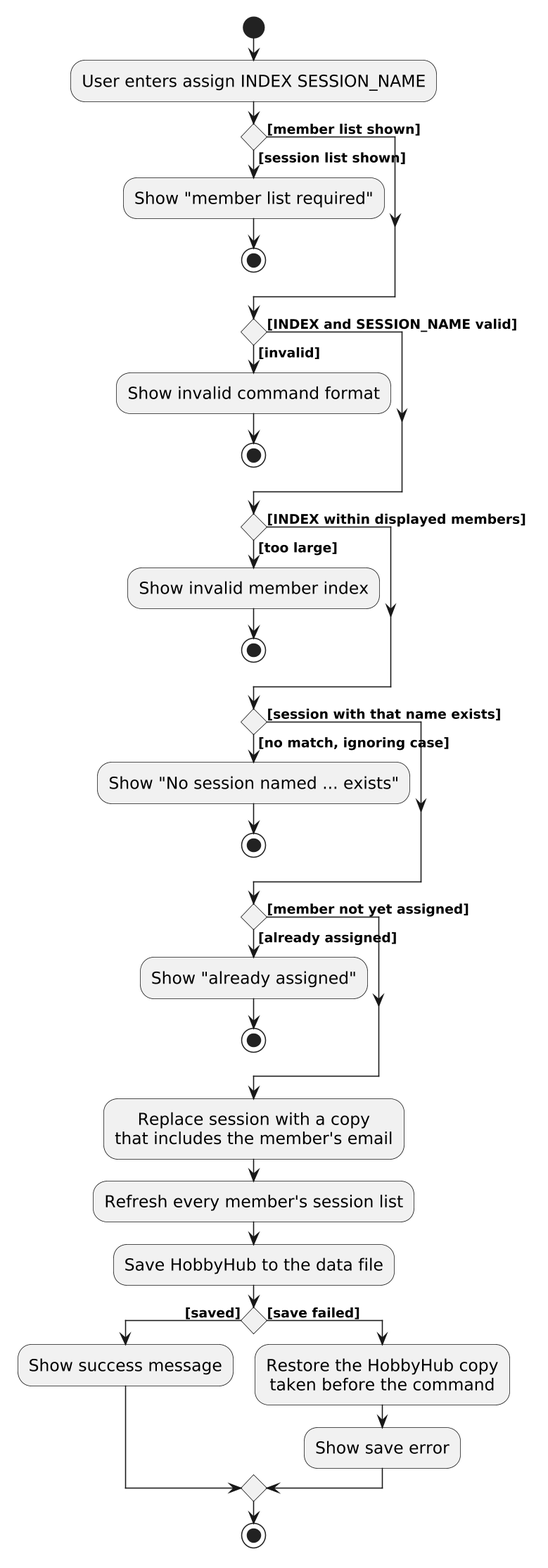
The PlantUML diagram docs/images/AssignActivityDiagram.png in AY2627S1-CS2103T-T17-4/tp, before a commit. Source of this version:
```plantuml
@startuml



!define UI_COLOR #1D8900
!define UI_COLOR_T1 #83E769
!define UI_COLOR_T2 #3FC71B
!define UI_COLOR_T3 #166800
!define UI_COLOR_T4 #0E4100

!define LOGIC_COLOR #3333C4
!define LOGIC_COLOR_T1 #C8C8FA
!define LOGIC_COLOR_T2 #6A6ADC
!define LOGIC_COLOR_T3 #1616B0
!define LOGIC_COLOR_T4 #101086

!define MODEL_COLOR #9D0012
!define MODEL_COLOR_T1 #F97181
!define MODEL_COLOR_T2 #E41F36
!define MODEL_COLOR_T3 #7B000E
!define MODEL_COLOR_T4 #51000A

!define STORAGE_COLOR #A38300
!define STORAGE_COLOR_T1 #FFE374
!define STORAGE_COLOR_T2 #EDC520
!define STORAGE_COLOR_T3 #806600
!define STORAGE_COLOR_T4 #544400

!define USER_COLOR #000000

skinparam Package {
    BackgroundColor #FFFFFF
    BorderThickness 1
    FontSize 16
}

skinparam Class {
    FontColor #FFFFFF
    FontSize 15
    BorderThickness 1
    BorderColor #FFFFFF
    StereotypeFontColor #FFFFFF
    FontName Arial
}

skinparam Actor {
    BorderColor USER_COLOR
    Color USER_COLOR
    FontName Arial
}

skinparam Sequence {
    MessageAlign center
    BoxFontSize 15
    BoxPadding 0
    BoxFontColor #FFFFFF
    FontName Arial
}

skinparam Participant {
    FontColor #FFFFFF
    Padding 20
}

skinparam ArrowFontStyle bold
skinparam MinClassWidth 50
<style>
participant {
    Padding 10
}
</style>
skinparam Shadowing false
skinparam DefaultTextAlignment center
skinparam packageStyle Rectangle

hide footbox
hide members
hide circle
skinparam ActivityFontSize 15
skinparam ArrowFontSize 12
skinparam dpi 150

start
:User enters assign INDEX SESSION_NAME;

if () then ([member list shown])
else ([session list shown])
  :Show "member list required";
  stop
endif

if () then ([INDEX and SESSION_NAME valid])
else ([invalid])
  :Show invalid command format;
  stop
endif

if () then ([INDEX within displayed members])
else ([too large])
  :Show invalid member index;
  stop
endif

if () then ([session with that name exists])
else ([no match, ignoring case])
  :Show "No session named ... exists";
  stop
endif

if () then ([member not yet assigned])
else ([already assigned])
  :Show "already assigned";
  stop
endif

:Replace session with a copy
that includes the member's email;
:Refresh every member's session list;
:Save HobbyHub to the data file;
if () then ([saved])
  :Show success message;
else ([save failed])
  :Restore the HobbyHub copy
  taken before the command;
  :Show save error;
endif
stop
@enduml
```
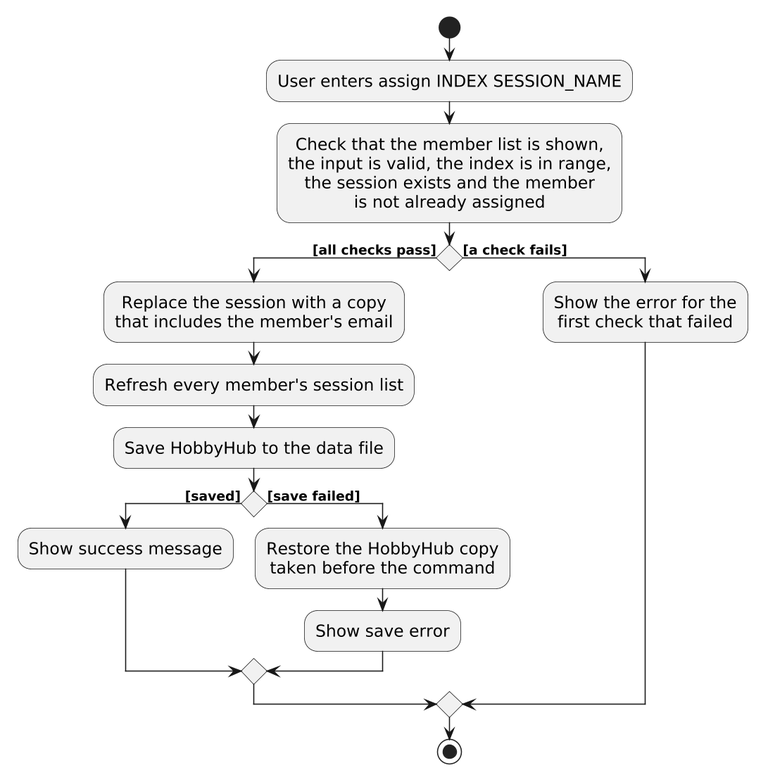
After the commit.

Commit message:
Simplify assign diagrams based on review

Diff of the diagram source:
```diff
@@ -82,47 +82,27 @@
 
 start
 :User enters assign INDEX SESSION_NAME;
+:Check that the member list is shown,
+the input is valid, the index is in range,
+the session exists and the member
+is not already assigned;
 
-if () then ([member list shown])
-else ([session list shown])
-  :Show "member list required";
-  stop
+if () then ([all checks pass])
+  :Replace the session with a copy
+  that includes the member's email;
+  :Refresh every member's session list;
+  :Save HobbyHub to the data file;
+  if () then ([saved])
+    :Show success message;
+  else ([save failed])
+    :Restore the HobbyHub copy
+    taken before the command;
+    :Show save error;
+  endif
+else ([a check fails])
+  :Show the error for the
+  first check that failed;
 endif
 
-if () then ([INDEX and SESSION_NAME valid])
-else ([invalid])
-  :Show invalid command format;
-  stop
-endif
-
-if () then ([INDEX within displayed members])
-else ([too large])
-  :Show invalid member index;
-  stop
-endif
-
-if () then ([session with that name exists])
-else ([no match, ignoring case])
-  :Show "No session named ... exists";
-  stop
-endif
-
-if () then ([member not yet assigned])
-else ([already assigned])
-  :Show "already assigned";
-  stop
-endif
-
-:Replace session with a copy
-that includes the member's email;
-:Refresh every member's session list;
-:Save HobbyHub to the data file;
-if () then ([saved])
-  :Show success message;
-else ([save failed])
-  :Restore the HobbyHub copy
-  taken before the command;
-  :Show save error;
-endif
 stop
 @enduml
```
